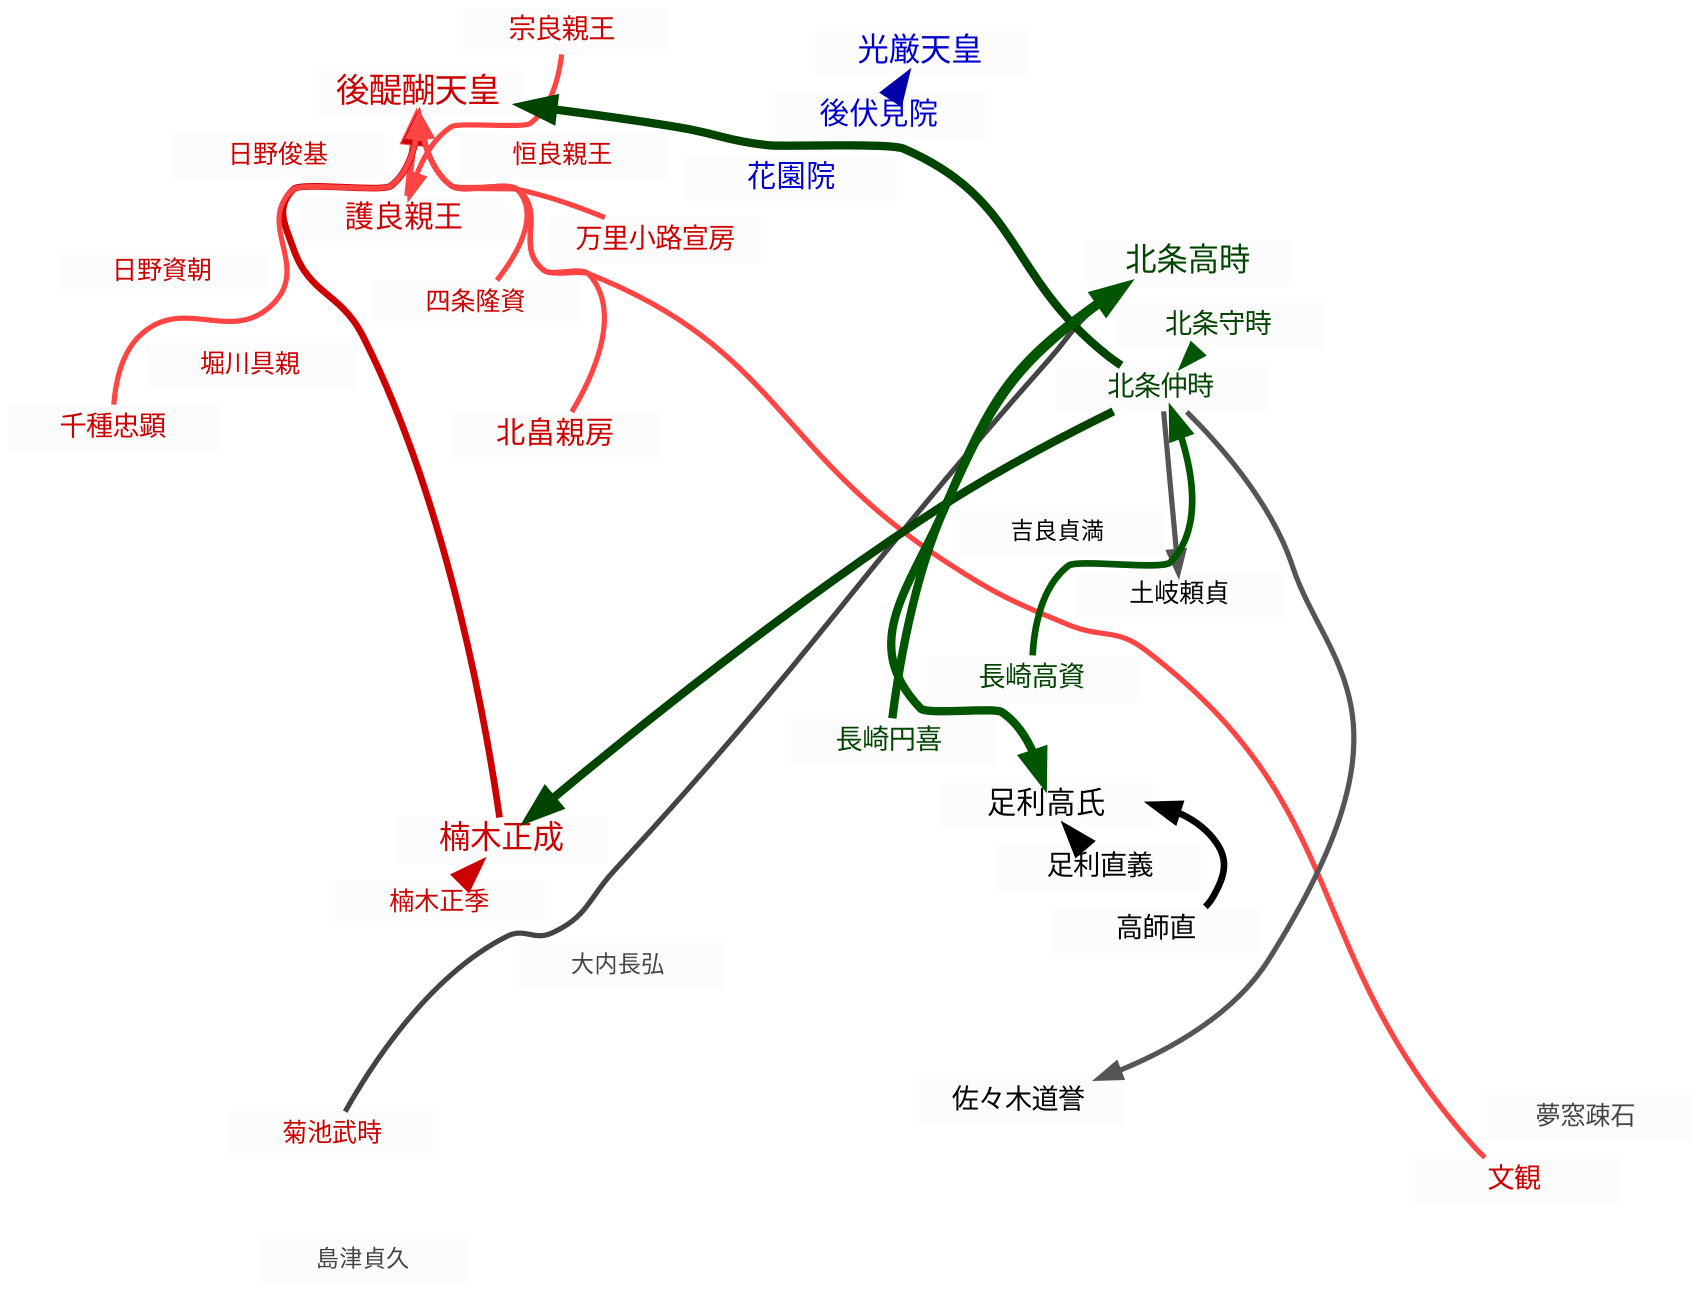
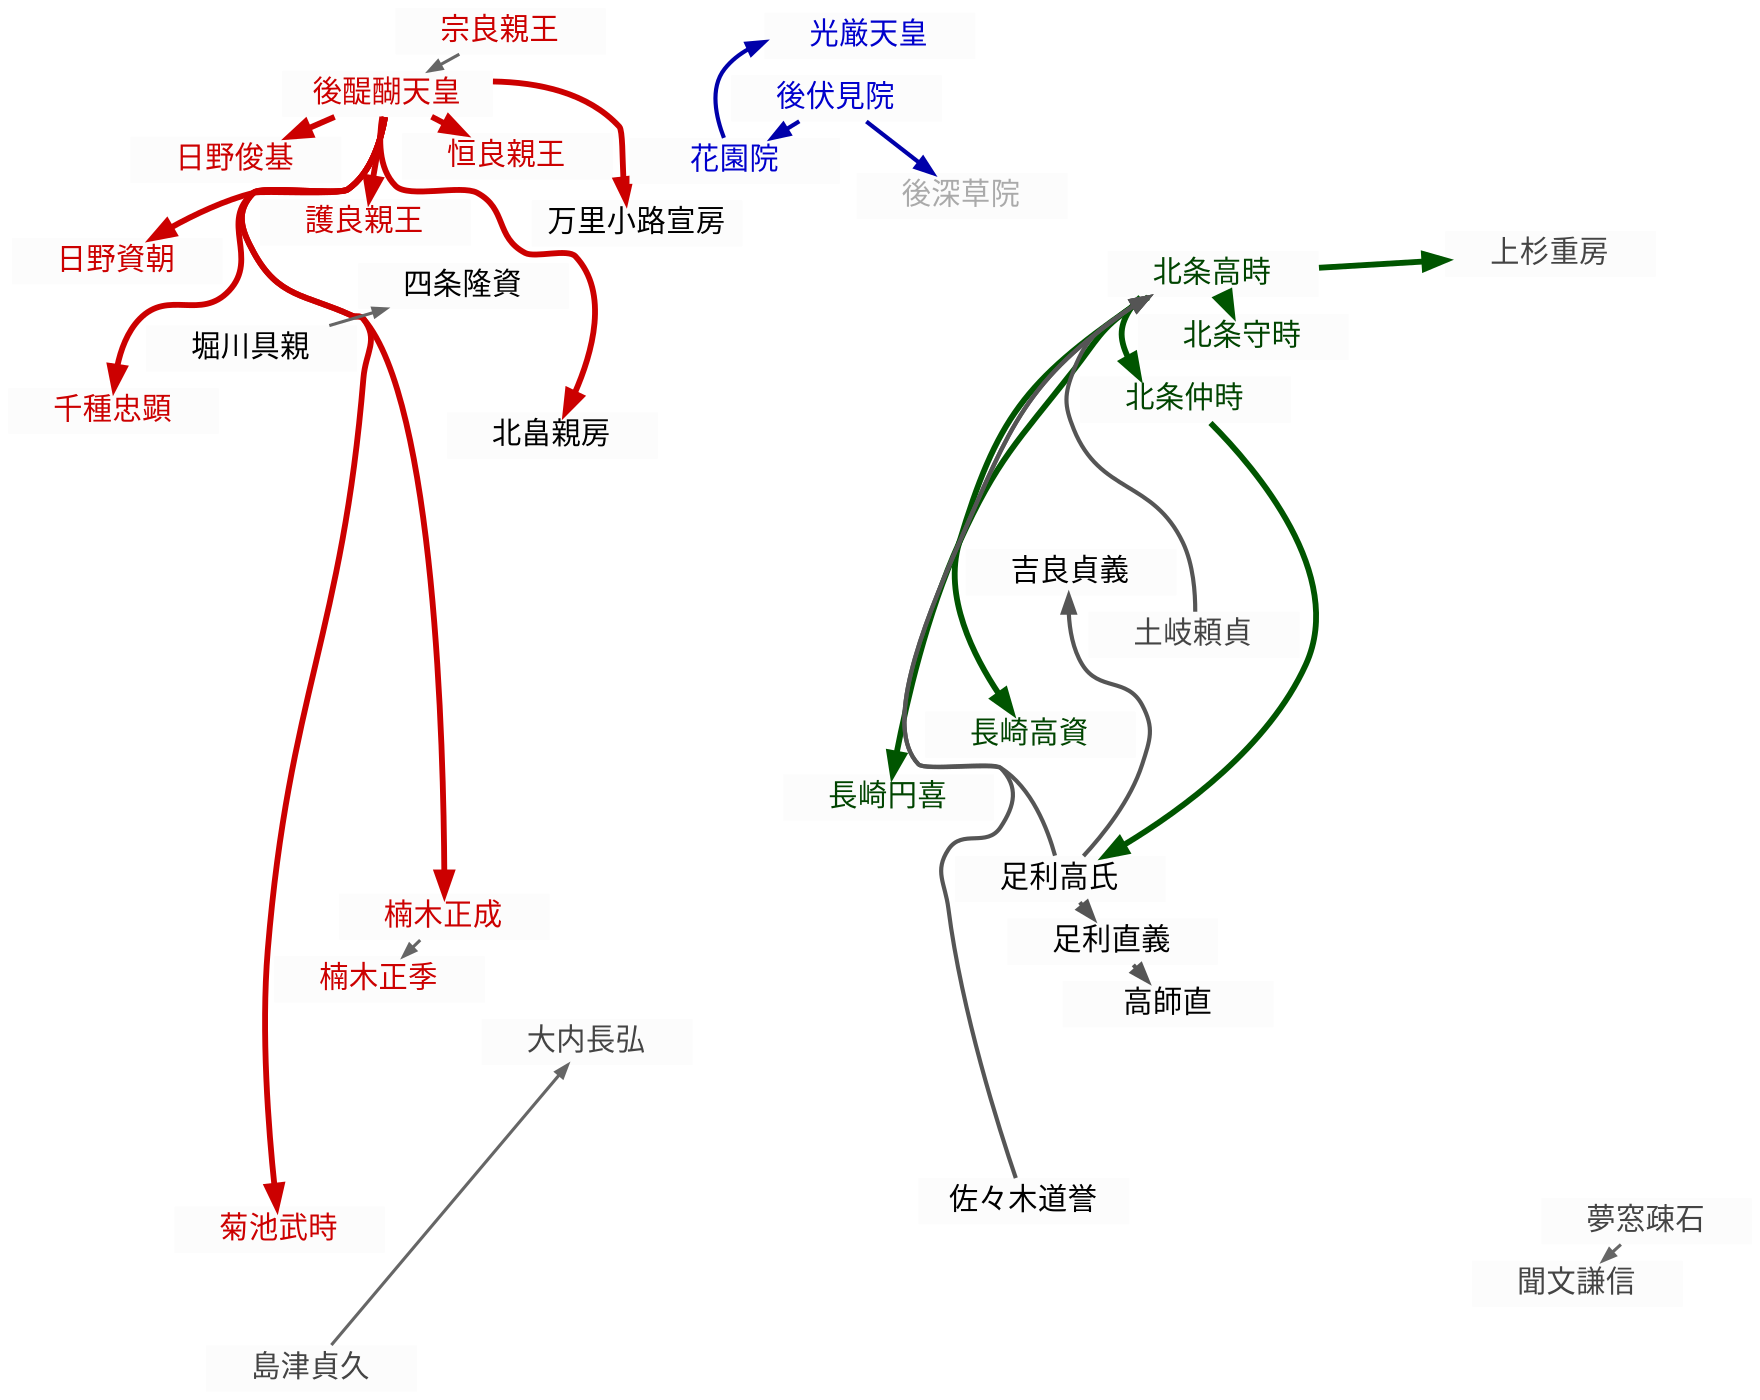
digraph timeline_1331_10 {
    # 1. 全体設定
    graph [
        charset = "UTF-8";
        layout = neato;
        overlap = false;
        sep = "+4";
        bgcolor = "#ffffff";
        splines = true;
    ];

    # 2. ノードデフォルト設定
    node [
        shape = box;
        style = "filled";
        fillcolor = "#fcfcfc";
        color = "#fcfcfc";
        penwidth = 0.1;
        fontname = "sans-serif";
        width = 1.4;
        height = 0.3;
        fixedsize = true;
    ];

    # 3. エッジデフォルト設定
    edge [
        dir = forward;
        arrowhead = normal;
        fontname = "sans-serif";
-         fontsize = 10;
    ];

-     # ==========================================
    # 4. ノード定義
-     # ==========================================
+     godaigo_tenno        [label="後醍醐天皇", pos="-4.82,6.44!", fontcolor="#cc0000", tooltip="大覚寺統。笠置山にて挙兵し討幕を画策する。", URL="https://ja.wikipedia.org/wiki/後醍醐天皇", target="_blank"];
+     moriyoshi_shinnou    [label="護良親王", pos="-5.08,5.77!", fontcolor="#cc0000", tooltip="後醍醐天皇の皇子。吉野で挙兵し討幕を指揮。", URL="https://ja.wikipedia.org/wiki/護良親王", target="_blank"];
+     munenaga_shinnou     [label="宗良親王", pos="-4.21,6.89!", fontcolor="#cc0000", tooltip="後醍醐天皇の皇子。", URL="https://ja.wikipedia.org/wiki/宗良親王", target="_blank"];
+     tsuneyoshi_shinnou   [label="恒良親王", pos="-4.67,5.92!", fontcolor="#cc0000", tooltip="後醍醐天皇の皇子。", URL="https://ja.wikipedia.org/wiki/恒良親王", target="_blank"];
+     hino_suketomo        [label="日野資朝", pos="-5.88,5.62!", fontcolor="#cc0000", tooltip="討幕計画の主要人物。", URL="https://ja.wikipedia.org/wiki/日野資朝", target="_blank"];
+     hino_toshimoto       [label="日野俊基", pos="-5.41,5.94!", fontcolor="#cc0000", tooltip="討幕計画の主要人物。", URL="https://ja.wikipedia.org/wiki/日野俊基", target="_blank"];
+     madenokoji_nobufusa  [label="万里小路宣房", pos="-4.12,5.21!", fontcolor="#000000", tooltip="後醍醐の側近。", URL="https://ja.wikipedia.org/wiki/万里小路宣房", target="_blank"];
+     kitabatake_chikafusa [label="北畠親房", pos="-3.85,3.62!", fontcolor="#000000", tooltip="後醍醐の側近。公卿。", URL="https://ja.wikipedia.org/wiki/北畠親房", target="_blank"];
+     kusunoki_masashige   [label="楠木正成", pos="-4.85,-1.12!", fontcolor="#cc0000", tooltip="河内の土豪。笠置山に呼応して挙兵。", URL="https://ja.wikipedia.org/wiki/楠木正成", target="_blank"];
+     kusunoki_masasue     [label="楠木正季", pos="-5.21,-1.48!", fontcolor="#cc0000", tooltip="正成の弟。挙兵に参加。", URL="https://ja.wikipedia.org/wiki/楠木正季", target="_blank"];
+     horikawa_tomochika   [label="堀川具親", pos="-5.15,4.85!", fontcolor="#000000", tooltip="公卿。", URL="https://ja.wikipedia.org/wiki/堀川具親", target="_blank"];
+     shijo_takadata       [label="四条隆資", pos="-4.72,4.98!", fontcolor="#000000", tooltip="公卿。", URL="https://ja.wikipedia.org/wiki/四条隆資", target="_blank"];
+     chigusa_tadaaki      [label="千種忠顕", pos="-5.65,4.62!", fontcolor="#cc0000", tooltip="後醍醐の側近。", URL="https://ja.wikipedia.org/wiki/千種忠顕", target="_blank"];
+     kikuchi_taketoki     [label="菊池武時", pos="-6.15,-3.82!", fontcolor="#cc0000", tooltip="九州の有力武士。討幕に呼応。", URL="https://ja.wikipedia.org/wiki/菊池武時", target="_blank"];

-     # --- 大覚寺統・討幕過激派 (fontcolor = "#cc0000") ---
-     godaigo_tenno         [label="後醍醐天皇", pos="-4.82,6.44!", fontcolor="#cc0000", fontsize=16, tooltip="笠置山落城により捕縛される。討幕計画は頓挫し、京へ護送中。", URL="https://ja.wikipedia.org/wiki/後醍醐天皇", target="_blank"];
-     moriyoshi_shinnou     [label="護良親王", pos="-5.08,5.77!", fontcolor="#cc0000", fontsize=14, tooltip="父の危機に連動して還俗。令旨を発して吉野山などで強力なゲリラ戦を開始（親子共闘・挙兵）", URL="https://ja.wikipedia.org/wiki/護良親王", target="_blank"];
-     munenaga_shinnou      [label="宗良親王", pos="-4.21,6.89!", fontcolor="#cc0000", fontsize=13, tooltip="後醍醐天皇の皇子。比叡山妙法院に入り、父の討幕運動を連動して支える。", URL="https://ja.wikipedia.org/wiki/宗良親王", target="_blank"];
-     tsuneyoshi_shinnou    [label="恒良親王", pos="-4.67,5.92!", fontcolor="#cc0000", fontsize=12, tooltip="後醍醐天皇の皇子。宮方の象徴として行動を共にする。", URL="https://ja.wikipedia.org/wiki/恒良親王", target="_blank"];
-     hino_suketomo         [label="日野資朝", pos="-5.88,5.62!", fontcolor="#cc0000", fontsize=12, tooltip="正中の変ののち佐渡に流刑中。遠国から討幕の行く末を注視。", URL="https://ja.wikipedia.org/wiki/日野資朝", target="_blank"];
-     hino_toshimoto        [label="日野俊基", pos="-5.41,5.94!", fontcolor="#cc0000", fontsize=12, tooltip="再度討幕を謀ったとして、すでに幕府に捕縛され鎌倉へ護送されている。", URL="https://ja.wikipedia.org/wiki/日野俊基", target="_blank"];
-     madenokoji_nobufusa   [label="万里小路宣房", pos="-4.12,5.21!", fontcolor="#cc0000", fontsize=13, tooltip="後醍醐天皇の側近。実務派公卿として緊迫する局面の朝政を支える。", URL="https://ja.wikipedia.org/wiki/万里小路宣房", target="_blank"];
-     kitabatake_chikafusa  [label="北畠親房", pos="-3.85,3.62!", fontcolor="#cc0000", fontsize=14, tooltip="大覚寺統を支える重鎮。後醍醐天皇の思想・行動に深く共鳴。", URL="https://ja.wikipedia.org/wiki/北畠親房", target="_blank"];
-     kusunoki_masashige    [label="楠木正成", pos="-4.85,-1.12!", fontcolor="#cc0000", fontsize=15, tooltip="河内の新興武士。後醍醐天皇の召しに応じて赤坂城で挙兵、悪党戦術で幕府を翻弄。", URL="https://ja.wikipedia.org/wiki/楠木正成", target="_blank"];
-     kusunoki_masasue      [label="楠木正季", pos="-5.21,-1.48!", fontcolor="#cc0000", fontsize=12, tooltip="楠木正成の弟。兄とともに赤坂城に籠城し、宮方として奮戦。", URL="https://ja.wikipedia.org/wiki/楠木正季", target="_blank"];
-     horikawa_tomochika    [label="堀川具親", pos="-5.15,4.85!", fontcolor="#cc0000", fontsize=12, tooltip="宮方の公卿。後醍醐天皇の討幕運動に関与。", URL="https://ja.wikipedia.org/wiki/堀川具親", target="_blank"];
-     shijo_takadata        [label="四条隆資", pos="-4.72,4.98!", fontcolor="#cc0000", fontsize=12, tooltip="後醍醐天皇の側近。笠置山潜幸に同行し、徹底抗戦を主張。", URL="https://ja.wikipedia.org/wiki/四条隆資", target="_blank"];
-     chigusa_tadaaki       [label="千種忠顕", pos="-5.65,4.62!", fontcolor="#cc0000", fontsize=13, tooltip="後醍醐天皇の近臣。笠置山への同行、挙兵の実務などアクティブに活動。", URL="https://ja.wikipedia.org/wiki/千種忠顕", target="_blank"];
-     kikuchi_taketoki      [label="菊池武時", pos="-6.15,-3.82!", fontcolor="#cc0000", fontsize=12, tooltip="肥後の有力武士。鎮西探題の監視下にありつつも、心中では宮方に共鳴。", URL="https://ja.wikipedia.org/wiki/菊池武時", target="_blank"];
-     monbun_kenshin        [label="文観", pos="5.82,-4.42!", fontcolor="#cc0000", fontsize=13, tooltip="真言密教の怪僧。引き続き呪術・調伏の面から後醍醐の討幕を過激に支援。", URL="https://ja.wikipedia.org/wiki/文観", target="_blank"];
+     gofushimi_in         [label="後伏見院", pos="-2.81,6.14!", fontcolor="#0000cc", tooltip="持明院統。幕府の支持を受ける。", URL="https://ja.wikipedia.org/wiki/後伏見天皇", target="_blank"];
+     hanazono_in          [label="花園院", pos="-3.24,5.88!", fontcolor="#0000cc", tooltip="持明院統。", URL="https://ja.wikipedia.org/wiki/花園天皇", target="_blank"];
+     kogen_tenno          [label="光厳天皇", pos="-2.45,6.67!", fontcolor="#0000cc", tooltip="持明院統。幕府の意向により即位。", URL="https://ja.wikipedia.org/wiki/光厳天皇", target="_blank"];
+     gofukakusa_in        [label="後深草院", pos="-2.11,5.66!", fontcolor="#aaaaaa", tooltip="持明院統。", URL="https://ja.wikipedia.org/wiki/後深草天皇", target="_blank"];

-     # --- 持明院統 (fontcolor = "#0000cc") ---
-     gofushimi_in          [label="後伏見院", pos="-2.81,6.14!", fontcolor="#0000cc", fontsize=14, tooltip="持明院統の院。後醍醐の挙兵失脚に乗じて光厳天皇の即位を画策。", URL="https://ja.wikipedia.org/wiki/後伏見天皇", target="_blank"];
-     hanazono_in           [label="花園院", pos="-3.24,5.88!", fontcolor="#0000cc", fontsize=14, tooltip="持明院統の院。後醍醐の過激な行動を非難し、皇位の正統性を主張。", URL="https://ja.wikipedia.org/wiki/花園天皇", target="_blank"];
-     kogen_tenno           [label="光厳天皇", pos="-2.45,6.67!", fontcolor="#0000cc", fontsize=15, tooltip="幕府の後押しを受け、10月に即位を強行。北朝の端緒。", URL="https://ja.wikipedia.org/wiki/光厳天皇", target="_blank"];
+     hojo_takatoki        [label="北条高時", pos="2.41,4.89!", fontcolor="#004400", tooltip="鎌倉幕府得宗。討幕軍への追討を指令。", URL="https://ja.wikipedia.org/wiki/北条高時", target="_blank"];
+     hojo_moritoki        [label="北条守時", pos="2.65,4.42!", fontcolor="#004400", tooltip="鎌倉幕府執権。", URL="https://ja.wikipedia.org/wiki/北条守時", target="_blank"];
+     hojo_nakatoki        [label="北条仲時", pos="2.15,3.88!", fontcolor="#004400", tooltip="六波羅探題北方。笠置討幕軍を追討。", URL="https://ja.wikipedia.org/wiki/北条仲時", target="_blank"];
+     nagasaki_takasuke    [label="長崎高資", pos="0.24,0.48!", fontcolor="#004400", tooltip="鎌倉幕府内管領。", URL="https://ja.wikipedia.org/wiki/長崎高資", target="_blank"];
+     nagasaki_enki        [label="長崎円喜", pos="-0.12,0.32!", fontcolor="#004400", tooltip="鎌倉幕府内管領。", URL="https://ja.wikipedia.org/wiki/長崎円喜", target="_blank"];
+     uesugi_shigefusa     [label="上杉重房", pos="5.42,5.12!", fontcolor="#444444", tooltip="有力御家人。", URL="https://ja.wikipedia.org/wiki/上杉重房", target="_blank"];

-     # --- 鎌倉幕府中枢 (fontcolor = "#004400") ---
-     hojo_takatoki         [label="北条高時", pos="2.41,4.89!", fontcolor="#004400", fontsize=15, tooltip="鎌倉幕府第14代執権・得宗。元弘の変に際し、大規模な軍勢を京へ派遣。", URL="https://ja.wikipedia.org/wiki/北条高時", target="_blank"];
-     hojo_moritoki         [label="北条守時", pos="2.65,4.42!", fontcolor="#004400", fontsize=13, tooltip="第16代執権。赤橋流北条氏。緊迫する政局の舵取りに奔走。", URL="https://ja.wikipedia.org/wiki/北条守時", target="_blank"];
-     hojo_nakatoki         [label="北条仲時", pos="2.15,3.88!", fontcolor="#004400", fontsize=13, tooltip="六波羅探題北方。後醍醐天皇を捕縛し、京都の治安維持を強固に推進。", URL="https://ja.wikipedia.org/wiki/北条仲時", target="_blank"];
-     nagasaki_enki         [label="長崎円喜", pos="-0.12,0.32!", fontcolor="#004400", fontsize=13, tooltip="得宗家内管領の宿老。得宗高時を背後から操り、強硬な軍事弾圧を主導。", URL="https://ja.wikipedia.org/wiki/長崎円喜", target="_blank"];
-     nagasaki_takasuke     [label="長崎高資", pos="0.24,0.48!", fontcolor="#004400", fontsize=13, tooltip="内管領。円喜とともに、討幕派の徹底的な検挙と抹殺を推進。", URL="https://ja.wikipedia.org/wiki/長崎高資", target="_blank"];
+     ashikaga_takauji     [label="足利高氏", pos="1.15,-0.85!", fontcolor="#000000", tooltip="鎌倉幕府の有力御家人。討幕軍追討に向かう。", URL="https://ja.wikipedia.org/wiki/足利尊氏", target="_blank"];
+     ashikaga_tadayoshi   [label="足利直義", pos="1.48,-1.24!", fontcolor="#000000", tooltip="足利高氏の弟。軍に従軍。", URL="https://ja.wikipedia.org/wiki/足利直義", target="_blank"];
+     ko_no_moronao        [label="高師直", pos="1.82,-1.62!", fontcolor="#000000", tooltip="足利氏の執事。", URL="https://ja.wikipedia.org/wiki/高師直", target="_blank"];
+     kira_sadamitsu       [label="吉良貞義", pos="1.12,2.15!", fontcolor="#000000", tooltip="足利一門の有力者。", URL="https://ja.wikipedia.org/wiki/吉良貞義", target="_blank"];
+     sasaki_doyo          [label="佐々木道誉", pos="0.68,-3.62!", fontcolor="#000000", tooltip="幕府の有力御家人。追討軍に参加。", URL="https://ja.wikipedia.org/wiki/佐々木道誉", target="_blank"];
+     toki_yorisada        [label="土岐頼貞", pos="2.12,1.65!", fontcolor="#444444", tooltip="有力武士。", URL="https://ja.wikipedia.org/wiki/土岐頼貞", target="_blank"];
+     shimazu_sadahisa     [label="島津貞久", pos="-5.72,-5.12!", fontcolor="#444444", tooltip="有力武士。", URL="https://ja.wikipedia.org/wiki/島津貞久", target="_blank"];
+     ouchi_nagahiro       [label="大内長弘", pos="-3.45,-2.12!", fontcolor="#444444", tooltip="有力武士。", URL="https://ja.wikipedia.org/wiki/大内長弘", target="_blank"];
+     muso_soseki          [label="夢窓疎石", pos="6.45,-3.85!", fontcolor="#444444", tooltip="禅僧。", URL="https://ja.wikipedia.org/wiki/夢窓疎石", target="_blank"];
+     monbun_kenshin       [label="聞文謙信", pos="5.82,-4.42!", fontcolor="#444444", tooltip="僧侶。", URL="https://ja.wikipedia.org/wiki/聞文謙信", target="_blank"];

-     # --- 幕府方武士・実務派 (fontcolor = "#000000") ---
-     ashikaga_takauji      [label="足利高氏", pos="1.15,-0.85!", fontcolor="#000000", fontsize=14, tooltip="幕府追討軍の大将として京へ上洛中。今後の動向が注視される。", URL="https://ja.wikipedia.org/wiki/足利尊氏", target="_blank"];
-     ashikaga_tadayoshi    [label="足利直義", pos="1.48,-1.24!", fontcolor="#000000", fontsize=13, tooltip="兄の高氏と共に幕府軍の主力として上洛。", URL="https://ja.wikipedia.org/wiki/足利直義", target="_blank"];
-     ko_no_moronao         [label="高師直", pos="1.82,-1.62!", fontcolor="#000000", fontsize=13, tooltip="足利家の執事。高氏の側近として軍事・実務を統率。", URL="https://ja.wikipedia.org/wiki/高師直", target="_blank"];
-     kira_sadamitsu        [label="吉良貞満", pos="1.12,2.15!", fontcolor="#000000", fontsize=11, tooltip="足利一門。追討軍の軍勢を支える。", URL="https://ja.wikipedia.org/wiki/吉良貞満", target="_blank"];
-     sasaki_doyo           [label="佐々木道誉", pos="0.68,-3.62!", fontcolor="#000000", fontsize=13, tooltip="幕府軍の一員として宮方制圧に参加しつつ、戦況を注視。", URL="https://ja.wikipedia.org/wiki/佐々木道誉", target="_blank"];
-     toki_yorisada         [label="土岐頼貞", pos="2.12,1.65!", fontcolor="#000000", fontsize=12, tooltip="美濃の軍勢を率いて幕府方の追討軍に加わる。", URL="https://ja.wikipedia.org/wiki/土岐頼貞", target="_blank"];
+     # 5. エッジ定義
+     edge [penwidth=2.8, arrowsize=1.0, color="#cc0000"];
+     godaigo_tenno -> moriyoshi_shinnou [tooltip="討幕の挙兵。"];
+     godaigo_tenno -> tsuneyoshi_shinnou [tooltip="討幕の挙兵。"];
+     godaigo_tenno -> kusunoki_masashige [tooltip="討幕の挙兵。"];
+     godaigo_tenno -> hino_suketomo [tooltip="討幕計画の指令。"];
+     godaigo_tenno -> hino_toshimoto [tooltip="討幕計画の指令。"];
+     godaigo_tenno -> madenokoji_nobufusa [tooltip="後醍醐の側近。"];
+     godaigo_tenno -> kitabatake_chikafusa [tooltip="後醍醐の側近。"];
+     godaigo_tenno -> chigusa_tadaaki [tooltip="後醍醐の側近。"];
+     godaigo_tenno -> kikuchi_taketoki [tooltip="討幕の挙兵。"];

-     # --- その他周辺 (fontcolor = "#444444") ---
-     shimazu_sadahisa      [label="島津貞久", pos="-5.72,-5.12!", fontcolor="#444444", fontsize=11, tooltip="薩摩守護。九州の情勢を維持しつつ中央を注視。", URL="https://ja.wikipedia.org/wiki/島津貞久", target="_blank"];
-     ouchi_nagahiro        [label="大内長弘", pos="-3.45,-2.12!", fontcolor="#444444", fontsize=11, tooltip="西国における軍事的動向を窺う。", URL="https://ja.wikipedia.org/wiki/大内長弘", target="_blank"];
-     muso_soseki           [label="夢窓疎石", pos="6.45,-3.85!", fontcolor="#444444", fontsize=12, tooltip="政治的激動から距離を保ちつつ法を説く。", URL="https://ja.wikipedia.org/wiki/夢窓疎石", target="_blank"];
+     edge [color="#005500"];
+     hojo_takatoki -> hojo_moritoki [tooltip="幕府の支配体制。"];
+     hojo_takatoki -> hojo_nakatoki [tooltip="幕府の支配体制。"];
+     hojo_takatoki -> nagasaki_takasuke [tooltip="幕府の支配体制。"];
+     hojo_takatoki -> nagasaki_enki [tooltip="幕府の支配体制。"];
+     hojo_takatoki -> uesugi_shigefusa [tooltip="鎌倉幕府の有力御家人。"];
+     hojo_nakatoki -> ashikaga_takauji [tooltip="討幕軍への追討指令。"];

-     # ==========================================
-     # 5. エッジ定義
-     # ==========================================
-     nagasaki_enki -> hojo_takatoki [penwidth=4.0, arrowsize=1.4, color="#005500", tooltip="内管領として得宗高時を主導し、反乱軍の徹底全滅を指示（幕政主導）"];
-     hojo_takatoki -> ashikaga_takauji [penwidth=4.0, arrowsize=1.4, color="#005500", tooltip="執権・得宗の命として、足利宗家に大規模な宮方追討軍の軍大将を命じる（追討軍下命）"];
-     hojo_nakatoki -> godaigo_tenno [penwidth=4.0, arrowsize=1.4, color="#004400", tooltip="六波羅探題軍を率いて、後醍醐天皇を捕縛（笠置山蜂起追討）"];
-     moriyoshi_shinnou -> godaigo_tenno [penwidth=3.2, arrowsize=1.2, color="#ff4444", tooltip="父の危機に連動して還俗。令旨を発して吉野山などで強力なゲリラ戦を開始（親子共闘・挙兵）"];
-     gofushimi_in -> kogen_tenno [penwidth=3.2, arrowsize=1.2, color="#0000aa", tooltip="後醍醐の廃位と、持明院統の光厳天皇への皇位継承を強力に後押し（院政・正統性確保）"];
-     ashikaga_tadayoshi -> ashikaga_takauji [penwidth=3.2, arrowsize=1.2, color="#000000", tooltip="兄の出陣に従い、足利軍の主力としてともに上洛（兄弟共闘）"];
-     ko_no_moronao -> ashikaga_takauji [penwidth=3.2, arrowsize=1.2, color="#000000", tooltip="執事として足利軍の軍政と実務を取り仕切り、高氏を絶対的に補佐（主従・軍事中枢）"];
- # 【重要度：太】軍事侵攻・追討
-     hojo_nakatoki -> kusunoki_masashige [penwidth=4.0, arrowsize=1.4, color="#004400", tooltip="六波羅探題の軍勢を派遣し、河内の赤坂城で挙兵した楠木軍の討伐を強行"];
+     edge [penwidth=2.0, arrowsize=0.8, color="#555555"];
+     ashikaga_takauji -> hojo_takatoki [tooltip="将軍への忠誠。"];
+     ashikaga_takauji -> ashikaga_tadayoshi [tooltip="一門の連携。"];
+     ashikaga_tadayoshi -> ko_no_moronao [tooltip="足利氏の執事。"];
+     ashikaga_takauji -> kira_sadamitsu [tooltip="足利一門の連携。"];
+     sasaki_doyo -> hojo_takatoki [tooltip="幕府御家人としての関係。"];
+     toki_yorisada -> hojo_takatoki [tooltip="有力武士。"];

-     # 【重要度：中】討幕の密約・同心
-     kusunoki_masashige -> godaigo_tenno [penwidth=3.2, arrowsize=1.2, color="#cc0000", tooltip="後醍醐天皇の密勅に応じて赤坂城で挙兵。宮方の主力として幕府軍を翻弄"];
-     kusunoki_masasue -> kusunoki_masashige [penwidth=3.2, arrowsize=1.2, color="#cc0000", tooltip="兄・正成の挙兵に呼応し、赤坂城の籠城戦を共に戦う一族の結束"];
- # 幕府側の指揮・動員・連携関係
-     hojo_nakatoki -> sasaki_doyo [penwidth=2.5, arrowsize=1.0, color="#555555", tooltip="六波羅探題が近江守護である佐々木道誉に対し、追討軍への協力と兵站を指示"];
-     hojo_nakatoki -> toki_yorisada [penwidth=2.5, arrowsize=1.0, color="#555555", tooltip="六波羅探題が美濃守護の土岐頼貞に対し、軍勢を率いての参戦を命じる"];
-     nagasaki_takasuke -> hojo_nakatoki [penwidth=3.2, arrowsize=1.2, color="#005500", tooltip="幕府内管領が京都の六波羅探題へ軍事状況の監察と強硬策を指示"];
-     hojo_moritoki -> hojo_nakatoki [penwidth=2.5, arrowsize=1.0, color="#005500", tooltip="執権が京都の治安責任者である六波羅探題の動向を統括"];
+     edge [color="#0000aa"];
+     gofushimi_in -> hanazono_in [tooltip="持明院統の連携。"];
+     hanazono_in -> kogen_tenno [tooltip="持明院統の即位。"];
+     gofushimi_in -> gofukakusa_in [tooltip="持明院統の先祖。"];

-     # 宮方の側近・連帯関係
-     madenokoji_nobufusa -> godaigo_tenno [penwidth=2.5, arrowsize=1.0, color="#ff4444", tooltip="側近として朝廷の実務を切り盛りし、後醍醐の討幕計画を支える"];
-     shijo_takadata -> godaigo_tenno [penwidth=2.5, arrowsize=1.0, color="#ff4444", tooltip="笠置山潜幸に随行した側近として、後醍醐の意志を体現する"];
-     chigusa_tadaaki -> godaigo_tenno [penwidth=2.5, arrowsize=1.0, color="#ff4444", tooltip="近臣として挙兵の実務を担い、常に後醍醐と行動を共にする"];
-     kitabatake_chikafusa -> godaigo_tenno [penwidth=2.5, arrowsize=1.0, color="#ff4444", tooltip="重臣として後醍醐の政略を補佐し、大覚寺統の正当性を理論的に支える"];
- 
-     # 皇子・同志の連携
-     munenaga_shinnou -> moriyoshi_shinnou [penwidth=2.5, arrowsize=1.0, color="#ff4444", tooltip="兄弟で比叡山・吉野と拠点を分け、幕府に対する呼応・攪乱を企図"];
- 
-     # 遠隔・牽制関係
-     kikuchi_taketoki -> hojo_takatoki [penwidth=2.5, arrowsize=1.0, color="#444444", tooltip="九州の有力武士として、幕府の権威を牽制しつつ情勢を伺う（潜在的な敵対）"];
-     monbun_kenshin -> godaigo_tenno [penwidth=2.5, arrowsize=1.0, color="#ff4444", tooltip="密教僧として後醍醐を呪術的に守護し、幕府を調伏する祈祷を捧げる"];
+     edge [penwidth=1.5, arrowsize=0.6, color="#666666"];
+     kusunoki_masashige -> kusunoki_masasue [tooltip="兄弟の協力。"];
+     munenaga_shinnou -> godaigo_tenno [tooltip="皇子としての連帯。"];
+     horikawa_tomochika -> shijo_takadata [tooltip="宮中の公卿。"];
+     muso_soseki -> monbun_kenshin [tooltip="禅僧と僧侶。"];
+     shimazu_sadahisa -> ouchi_nagahiro [tooltip="諸国の有力武士。"];
}